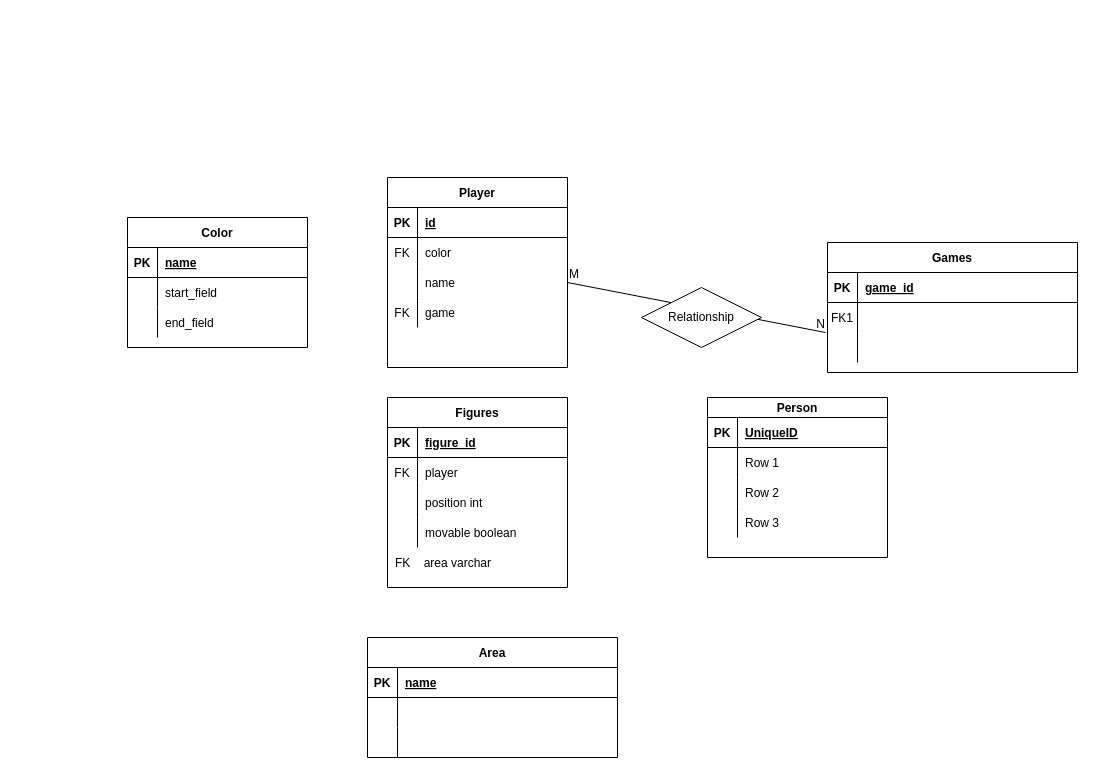
Earlier version of the draw.io diagram ERM.drawio (Derpzz/SPE-MAD). Source tidied: cells renumbered, new cells numbered last; positions are measured from the earlier drawing's top-left corner, leaving out a move shared by most shapes. Both pictures are drawn from the tidied source at 100%, with x=0, y=0 at pixel (127, 177).
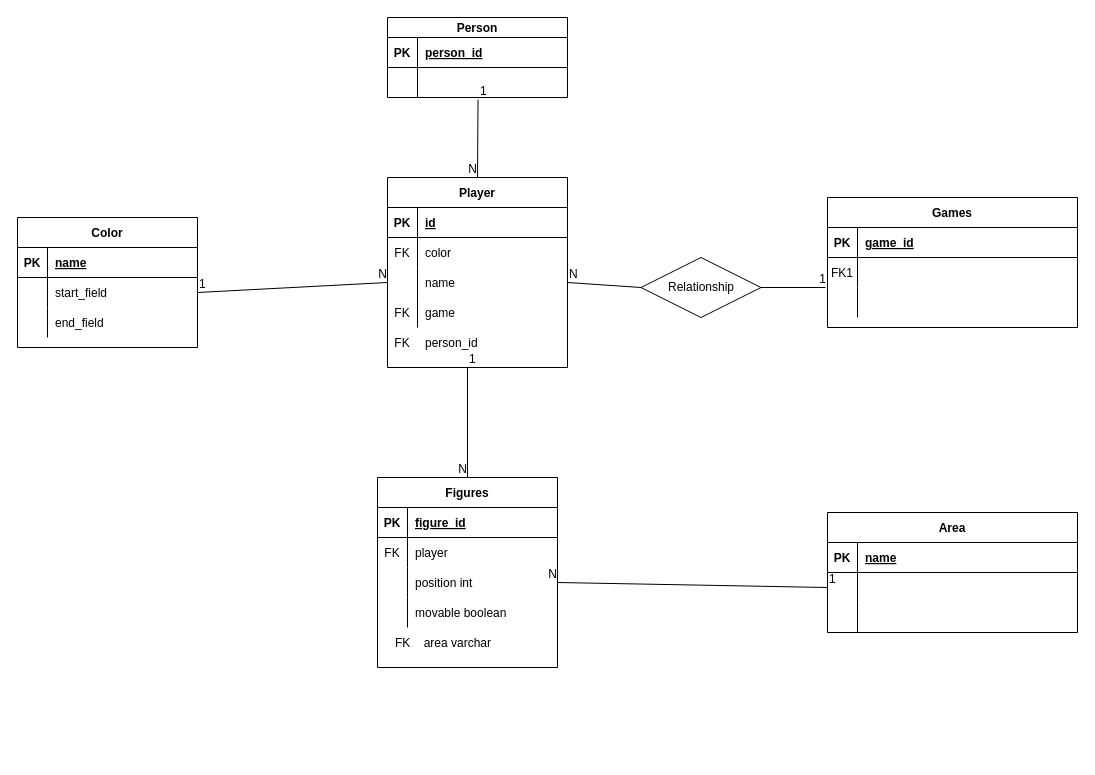
After the change.

The change refers to these unchanged cells:
```xml
<mxCell id="9" style="shape=partialRectangle;fillColor=none;points=[[0,0.5],[1,0.5]];portConstraint=eastwest;top=0;left=0;right=0;bottom=0;" parent="2" vertex="1">
  <mxGeometry y="90" width="250" height="30" as="geometry" />
</mxCell>
<mxCell id="16" style="shape=partialRectangle;fillColor=none;points=[[0,0.5],[1,0.5]];portConstraint=eastwest;top=0;left=0;right=0;bottom=0;" parent="12" vertex="1">
  <mxGeometry y="60" width="250" height="30" as="geometry" />
</mxCell>
<mxCell id="22" value="Player" style="shape=table;startSize=30;childLayout=tableLayout;rowLines=0;fontStyle=1;align=center;" parent="1" vertex="1">
  <mxGeometry x="260" width="180" height="190" as="geometry" />
</mxCell>
<mxCell id="29" style="shape=tableRow;horizontal=0;startSize=0;swimlaneHead=0;swimlaneBody=0;fillColor=none;points=[[0,0.5],[1,0.5]];portConstraint=eastwest;top=0;left=0;right=0;bottom=0;" parent="22" vertex="1">
  <mxGeometry y="90" width="180" height="30" as="geometry" />
</mxCell>
<mxCell id="39" style="shape=tableRow;horizontal=0;startSize=0;swimlaneHead=0;swimlaneBody=0;fillColor=none;points=[[0,0.5],[1,0.5]];portConstraint=eastwest;top=0;left=0;right=0;bottom=0;" parent="35" vertex="1">
  <mxGeometry y="60" width="180" height="30" as="geometry" />
</mxCell>
<mxCell id="53" style="shape=tableRow;horizontal=0;startSize=0;swimlaneHead=0;swimlaneBody=0;fillColor=none;points=[[0,0.5],[1,0.5]];portConstraint=eastwest;top=0;left=0;right=0;bottom=0;" parent="46" vertex="1">
  <mxGeometry y="90" width="180" height="30" as="geometry" />
</mxCell>
<mxCell id="64" style="shape=tableRow;horizontal=0;startSize=0;swimlaneHead=0;swimlaneBody=0;fillColor=none;top=0;left=0;right=0;bottom=1;" parent="63" vertex="1">
  <mxGeometry y="20" width="180" height="30" as="geometry" />
</mxCell>
<mxCell id="67" style="shape=tableRow;horizontal=0;startSize=0;swimlaneHead=0;swimlaneBody=0;fillColor=none;points=[[0,0.5],[1,0.5]];portConstraint=eastwest;top=0;left=0;right=0;bottom=0;" parent="63" vertex="1">
  <mxGeometry y="50" width="180" height="30" as="geometry" />
</mxCell>
```

The edit, as a diff of the source:
```diff
@@
     <mxCell id="2" value="Games" style="shape=table;startSize=30;childLayout=tableLayout;rowLines=0;fontStyle=1;align=center;" parent="1" vertex="1">
-      <mxGeometry x="700" y="65" width="250" height="130" as="geometry" />
+      <mxGeometry x="700" y="20" width="250" height="130" as="geometry" />
     </mxCell>
@@
     <mxCell id="12" value="Area" style="shape=table;startSize=30;childLayout=tableLayout;rowLines=0;fontStyle=1;align=center;" parent="1" vertex="1">
-      <mxGeometry x="240" y="460" width="250" height="120" as="geometry" />
+      <mxGeometry x="700" y="335" width="250" height="120" as="geometry" />
     </mxCell>
@@
     <mxCell id="35" value="Color" style="shape=table;startSize=30;childLayout=tableLayout;rowLines=0;fontStyle=1;align=center;" parent="1" vertex="1">
-      <mxGeometry y="40" width="180" height="130" as="geometry" />
+      <mxGeometry x="-110" y="40" width="180" height="130" as="geometry" />
     </mxCell>
@@
     <mxCell id="45" value="FK    area varchar" style="shape=partialRectangle;fillColor=none;top=0;left=0;bottom=0;right=0;align=left;spacingLeft=6;overflow=hidden;" parent="1" vertex="1">
-      <mxGeometry x="260" y="370" width="170" height="30" as="geometry" />
+      <mxGeometry x="260" y="450" width="170" height="30" as="geometry" />
     </mxCell>
     <mxCell id="46" value="Figures" style="shape=table;startSize=30;childLayout=tableLayout;rowLines=0;fontStyle=1;align=center;" parent="1" vertex="1">
-      <mxGeometry x="260" y="220" width="180" height="190" as="geometry" />
+      <mxGeometry x="250" y="300" width="180" height="190" as="geometry" />
     </mxCell>
@@
-    <mxCell id="59" style="endArrow=none;html=1;rounded=0;exitX=1;exitY=0.5;exitDx=0;exitDy=0;entryX=-0.008;entryY=0;entryDx=0;entryDy=0;entryPerimeter=0;" parent="1" edge="1" source="29" target="9">
+    <mxCell id="59" style="endArrow=none;html=1;rounded=0;exitX=1;exitY=0.5;exitDx=0;exitDy=0;entryX=-0.008;entryY=0;entryDx=0;entryDy=0;entryPerimeter=0;startArrow=none;" parent="1" edge="1" source="62" target="9">
       <mxGeometry relative="1" as="geometry" />
     </mxCell>
-    <mxCell id="60" value="M" style="html=1;align=left;verticalAlign=bottom;" parent="59" vertex="1">
-      <mxGeometry x="-1" relative="1" as="geometry" />
-    </mxCell>
-    <mxCell id="61" value="N" style="html=1;align=right;verticalAlign=bottom;" parent="59" vertex="1">
+    <mxCell id="61" value="1" style="html=1;align=right;verticalAlign=bottom;" parent="59" vertex="1">
       <mxGeometry x="1" relative="1" as="geometry" />
     </mxCell>
-    <mxCell id="62" value="Relationship" style="shape=rhombus;perimeter=rhombusPerimeter;whiteSpace=wrap;html=1;align=center;" parent="1" vertex="1">
-      <mxGeometry x="514" y="110" width="120" height="60" as="geometry" />
-    </mxCell>
     <mxCell id="63" value="Person" style="shape=table;startSize=20;childLayout=tableLayout;rowLines=0;fontStyle=1;align=center;" parent="1" vertex="1">
-      <mxGeometry x="580" y="220" width="180" height="160" as="geometry" />
+      <mxGeometry x="260" y="-160" width="180" height="80" as="geometry" />
     </mxCell>
@@
-    <mxCell id="66" value="UniqueID" style="shape=partialRectangle;fillColor=none;top=0;left=0;bottom=0;right=0;align=left;spacingLeft=6;fontStyle=5;overflow=hidden;" parent="64" vertex="1">
+    <mxCell id="66" value="person_id" style="shape=partialRectangle;fillColor=none;top=0;left=0;bottom=0;right=0;align=left;spacingLeft=6;fontStyle=5;overflow=hidden;" parent="64" vertex="1">
       <mxGeometry x="30" width="150" height="30" as="geometry" />
     </mxCell>
@@
-    <mxCell id="69" value="Row 1" style="shape=partialRectangle;fillColor=none;top=0;left=0;bottom=0;right=0;align=left;spacingLeft=6;overflow=hidden;" parent="67" vertex="1">
+    <mxCell id="69" style="shape=partialRectangle;fillColor=none;top=0;left=0;bottom=0;right=0;align=left;spacingLeft=6;overflow=hidden;" parent="67" vertex="1">
       <mxGeometry x="30" width="150" height="30" as="geometry" />
     </mxCell>
-    <mxCell id="70" style="shape=tableRow;horizontal=0;startSize=0;swimlaneHead=0;swimlaneBody=0;fillColor=none;top=0;left=0;right=0;bottom=0;" parent="63" vertex="1">
-      <mxGeometry y="80" width="180" height="30" as="geometry" />
-    </mxCell>
-    <mxCell id="71" style="shape=partialRectangle;fillColor=none;top=0;left=0;bottom=0;right=0;overflow=hidden;" parent="70" vertex="1">
-      <mxGeometry width="30" height="30" as="geometry" />
-    </mxCell>
-    <mxCell id="72" value="Row 2" style="shape=partialRectangle;fillColor=none;top=0;left=0;bottom=0;right=0;align=left;spacingLeft=6;overflow=hidden;" parent="70" vertex="1">
-      <mxGeometry x="30" width="150" height="30" as="geometry" />
-    </mxCell>
-    <mxCell id="73" style="shape=tableRow;horizontal=0;startSize=0;swimlaneHead=0;swimlaneBody=0;fillColor=none;top=0;left=0;right=0;bottom=0;" parent="63" vertex="1">
-      <mxGeometry y="110" width="180" height="30" as="geometry" />
-    </mxCell>
-    <mxCell id="74" style="shape=partialRectangle;fillColor=none;top=0;left=0;bottom=0;right=0;overflow=hidden;" parent="73" vertex="1">
-      <mxGeometry width="30" height="30" as="geometry" />
-    </mxCell>
-    <mxCell id="75" value="Row 3" style="shape=partialRectangle;fillColor=none;top=0;left=0;bottom=0;right=0;align=left;spacingLeft=6;overflow=hidden;" parent="73" vertex="1">
-      <mxGeometry x="30" width="150" height="30" as="geometry" />
-    </mxCell>
+    <mxCell id="76" value="person_id" style="shape=partialRectangle;fillColor=none;top=0;left=0;bottom=0;right=0;align=left;spacingLeft=6;overflow=hidden;" parent="1" vertex="1">
+      <mxGeometry x="290" y="150" width="150" height="30" as="geometry" />
+    </mxCell>
+    <mxCell id="77" value="FK" style="shape=partialRectangle;fillColor=none;top=0;left=0;bottom=0;right=0;overflow=hidden;" parent="1" vertex="1">
+      <mxGeometry x="260" y="150" width="30" height="30" as="geometry" />
+    </mxCell>
+    <mxCell id="78" style="endArrow=none;html=1;rounded=0;exitX=1;exitY=0.5;exitDx=0;exitDy=0;entryX=0;entryY=0.5;entryDx=0;entryDy=0;" parent="1" edge="1" source="39" target="29">
+      <mxGeometry relative="1" as="geometry" />
+    </mxCell>
+    <mxCell id="79" value="1" style="html=1;align=left;verticalAlign=bottom;" parent="78" vertex="1">
+      <mxGeometry x="-1" relative="1" as="geometry" />
+    </mxCell>
+    <mxCell id="80" value="N" style="html=1;align=right;verticalAlign=bottom;" parent="78" vertex="1">
+      <mxGeometry x="1" relative="1" as="geometry" />
+    </mxCell>
+    <mxCell id="81" style="endArrow=none;html=1;rounded=0;entryX=0.5;entryY=0;entryDx=0;entryDy=0;" parent="1" edge="1" target="46">
+      <mxGeometry relative="1" as="geometry">
+        <mxPoint x="340" y="190" as="sourcePoint" />
+      </mxGeometry>
+    </mxCell>
+    <mxCell id="82" value="1" style="html=1;align=left;verticalAlign=bottom;" parent="81" vertex="1">
+      <mxGeometry x="-1" relative="1" as="geometry" />
+    </mxCell>
+    <mxCell id="83" value="N" style="html=1;align=right;verticalAlign=bottom;" parent="81" vertex="1">
+      <mxGeometry x="1" relative="1" as="geometry" />
+    </mxCell>
+    <mxCell id="84" style="endArrow=none;html=1;rounded=0;entryX=1;entryY=0.5;entryDx=0;entryDy=0;exitX=0;exitY=0.5;exitDx=0;exitDy=0;" parent="1" edge="1" source="16" target="53">
+      <mxGeometry relative="1" as="geometry" />
+    </mxCell>
+    <mxCell id="85" value="1" style="html=1;align=left;verticalAlign=bottom;" parent="84" vertex="1">
+      <mxGeometry x="-1" relative="1" as="geometry" />
+    </mxCell>
+    <mxCell id="86" value="N" style="html=1;align=right;verticalAlign=bottom;" parent="84" vertex="1">
+      <mxGeometry x="1" relative="1" as="geometry" />
+    </mxCell>
+    <mxCell id="62" value="Relationship" style="shape=rhombus;perimeter=rhombusPerimeter;whiteSpace=wrap;html=1;align=center;" parent="1" vertex="1">
+      <mxGeometry x="513.5" y="80" width="120" height="60" as="geometry" />
+    </mxCell>
+    <mxCell id="87" style="endArrow=none;html=1;rounded=0;exitX=1;exitY=0.5;exitDx=0;exitDy=0;entryX=0;entryY=0.5;entryDx=0;entryDy=0;" parent="1" edge="1" source="29" target="62">
+      <mxGeometry relative="1" as="geometry" />
+    </mxCell>
+    <mxCell id="88" value="N" style="html=1;align=left;verticalAlign=bottom;" parent="87" vertex="1">
+      <mxGeometry x="-1" relative="1" as="geometry" />
+    </mxCell>
+    <mxCell id="89" style="endArrow=none;html=1;rounded=0;entryX=0.5;entryY=0;entryDx=0;entryDy=0;exitX=0.503;exitY=1.069;exitDx=0;exitDy=0;exitPerimeter=0;" parent="1" edge="1" source="67" target="22">
+      <mxGeometry relative="1" as="geometry" />
+    </mxCell>
+    <mxCell id="90" value="1" style="html=1;align=left;verticalAlign=bottom;" parent="89" vertex="1">
+      <mxGeometry x="-1" relative="1" as="geometry" />
+    </mxCell>
+    <mxCell id="91" value="N" style="html=1;align=right;verticalAlign=bottom;" parent="89" vertex="1">
+      <mxGeometry x="1" relative="1" as="geometry" />
+    </mxCell>
```
